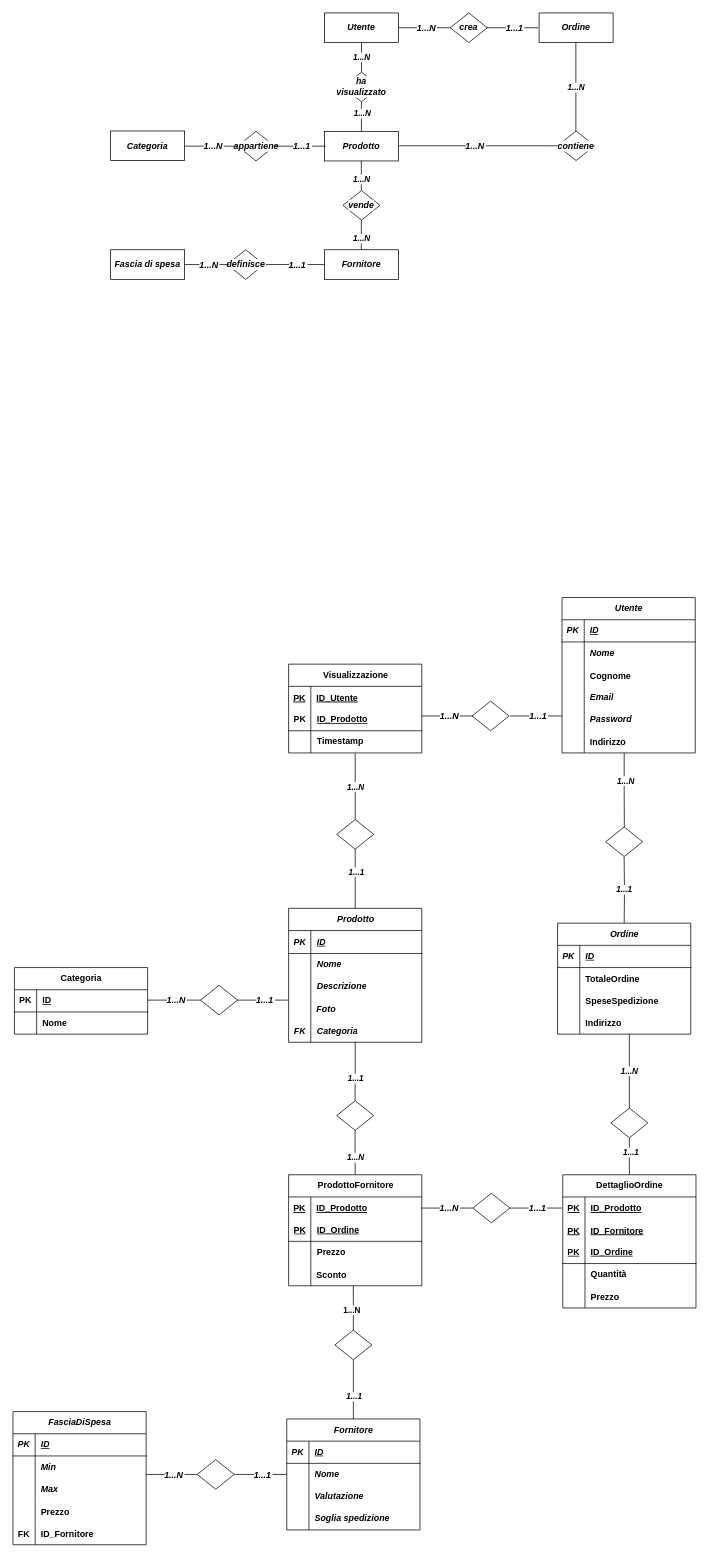
The draw.io diagram Diagramma ER.drawio in peetceenatoo/primo-sito-web, before the edit. Source tidied: cells renumbered, new cells numbered last; positions are measured from the earlier drawing's top-left corner, leaving out a move shared by most shapes. Both pictures are drawn from the tidied source at 74%, with x=0, y=0 at pixel (13, 13).
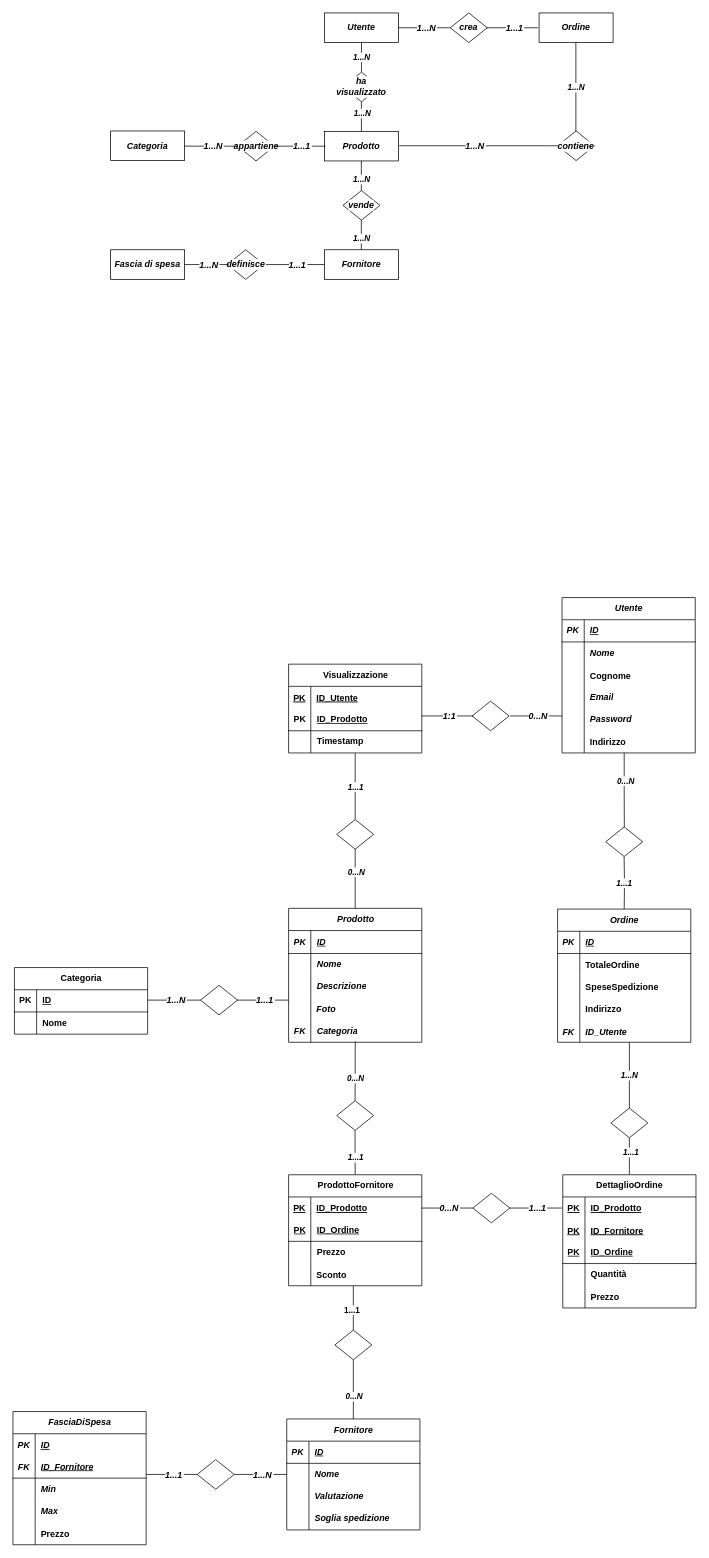
The same page after the edit.

Commit message:
Diagramma ER finito (per davvero)

The change refers to these unchanged cells:
```xml
<mxCell id="45" style="shape=rhombus;perimeter=rhombusPerimeter;whiteSpace=wrap;html=1;align=center;fontSize=12;fontStyle=3;" parent="1" vertex="1">
  <mxGeometry x="437.5" y="1090" width="50" height="40" as="geometry" />
</mxCell>
<mxCell id="46" style="edgeStyle=orthogonalEdgeStyle;rounded=0;jettySize=auto;html=1;exitX=0.5;exitY=1;exitDx=0;exitDy=0;entryX=0.5;entryY=0;entryDx=0;entryDy=0;endArrow=none;endFill=0;fontStyle=3;" parent="1" edge="1" source="45" target="27">
  <mxGeometry relative="1" as="geometry" />
</mxCell>
<mxCell id="51" style="edgeStyle=orthogonalEdgeStyle;rounded=0;orthogonalLoop=1;jettySize=auto;html=1;entryX=0.5;entryY=0;entryDx=0;entryDy=0;endArrow=none;endFill=0;fontStyle=3;" parent="1" edge="1">
  <mxGeometry relative="1" as="geometry">
    <mxPoint x="462.5" y="1390" as="sourcePoint" />
    <mxPoint x="462.3" y="1470" as="targetPoint" />
    <Array as="points">
      <mxPoint x="461.5" y="1440" />
    </Array>
  </mxGeometry>
</mxCell>
<mxCell id="53" style="edgeStyle=orthogonalEdgeStyle;rounded=0;jettySize=auto;html=1;exitX=0.5;exitY=1;exitDx=0;exitDy=0;endArrow=none;endFill=0;fontStyle=3;entryX=0.5;entryY=0;entryDx=0;entryDy=0;" parent="1" edge="1" target="163">
  <mxGeometry relative="1" as="geometry">
    <mxPoint x="462.3" y="1510" as="sourcePoint" />
    <Array as="points">
      <mxPoint x="462" y="1530" />
    </Array>
  </mxGeometry>
</mxCell>
<mxCell id="71" style="edgeStyle=orthogonalEdgeStyle;rounded=0;jettySize=auto;html=1;exitX=0.5;exitY=1;exitDx=0;exitDy=0;endArrow=none;endFill=0;fontStyle=3;" parent="1" edge="1" source="115">
  <mxGeometry relative="1" as="geometry">
    <mxPoint x="460" y="1900" as="targetPoint" />
    <Array as="points">
      <mxPoint x="460" y="1900" />
    </Array>
  </mxGeometry>
</mxCell>
<mxCell id="110" style="shape=rhombus;perimeter=rhombusPerimeter;whiteSpace=wrap;html=1;align=center;fontSize=12;fontStyle=3;" parent="1" vertex="1">
  <mxGeometry x="808" y="1480" width="50" height="40" as="geometry" />
</mxCell>
<mxCell id="113" style="edgeStyle=orthogonalEdgeStyle;rounded=0;jettySize=auto;html=1;entryX=0.5;entryY=0;entryDx=0;entryDy=0;endArrow=none;endFill=0;fontStyle=3;exitX=0.486;exitY=1.014;exitDx=0;exitDy=0;exitPerimeter=0;" parent="1" edge="1" source="173" target="115">
  <mxGeometry relative="1" as="geometry" />
</mxCell>
<mxCell id="119" value="FasciaDiSpesa" style="shape=table;startSize=30;childLayout=tableLayout;rowLines=0;fontStyle=3;align=center;html=1;" parent="1" vertex="1">
  <mxGeometry y="1890" width="180" height="180" as="geometry" />
</mxCell>
<mxCell id="143" style="edgeStyle=orthogonalEdgeStyle;rounded=0;orthogonalLoop=1;jettySize=auto;html=1;entryX=0.5;entryY=0;entryDx=0;entryDy=0;endArrow=none;endFill=0;fontStyle=3;" parent="1" edge="1">
  <mxGeometry relative="1" as="geometry">
    <mxPoint x="826" y="1000" as="sourcePoint" />
    <mxPoint x="826.2" y="1100" as="targetPoint" />
    <Array as="points">
      <mxPoint x="825.2" y="1050" />
    </Array>
  </mxGeometry>
</mxCell>
```

Change to the diagram source:
```diff
@@
-    <mxCell id="44" value="1...N" style="edgeStyle=orthogonalEdgeStyle;rounded=0;jettySize=auto;html=1;entryX=0.5;entryY=0;entryDx=0;entryDy=0;endArrow=none;endFill=0;fontStyle=3;exitX=0.514;exitY=1.018;exitDx=0;exitDy=0;exitPerimeter=0;" parent="1" edge="1" target="45">
+    <mxCell id="44" value="1...1" style="edgeStyle=orthogonalEdgeStyle;rounded=0;jettySize=auto;html=1;entryX=0.5;entryY=0;entryDx=0;entryDy=0;endArrow=none;endFill=0;fontStyle=3;exitX=0.514;exitY=1.018;exitDx=0;exitDy=0;exitPerimeter=0;" parent="1" edge="1" target="45">
       <mxGeometry relative="1" as="geometry">
         <mxPoint x="462.5" y="1000.5" as="sourcePoint" />
         <Array as="points">
           <mxPoint x="462" y="1050" />
           <mxPoint x="462" y="1050" />
         </Array>
       </mxGeometry>
     </mxCell>
@@
-    <mxCell id="47" value="1...1" style="edgeLabel;html=1;align=center;verticalAlign=middle;fontStyle=3;" parent="46" vertex="1">
+    <mxCell id="47" value="0...N" style="edgeLabel;html=1;align=center;verticalAlign=middle;fontStyle=3;" parent="46" vertex="1">
       <mxGeometry x="-0.26" y="1" relative="1" as="geometry" />
     </mxCell>
@@
-    <mxCell id="52" value="1...1" style="edgeLabel;html=1;align=center;verticalAlign=middle;fontStyle=3;" parent="51" vertex="1">
+    <mxCell id="52" value="0...N" style="edgeLabel;html=1;align=center;verticalAlign=middle;fontStyle=3;" parent="51" vertex="1">
       <mxGeometry x="0.22" relative="1" as="geometry" />
     </mxCell>
@@
-    <mxCell id="54" value="1...N" style="edgeLabel;html=1;align=center;verticalAlign=middle;fontStyle=3;" parent="53" vertex="1">
+    <mxCell id="54" value="1...1" style="edgeLabel;html=1;align=center;verticalAlign=middle;fontStyle=3;" parent="53" vertex="1">
       <mxGeometry x="0.22" relative="1" as="geometry" />
     </mxCell>
@@
-    <mxCell id="72" value="1...1" style="edgeLabel;html=1;align=center;verticalAlign=middle;fontStyle=3;" parent="71" vertex="1">
+    <mxCell id="72" value="0...N" style="edgeLabel;html=1;align=center;verticalAlign=middle;fontStyle=3;" parent="71" vertex="1">
       <mxGeometry x="0.22" relative="1" as="geometry" />
     </mxCell>
@@
     <mxCell id="92" value="Ordine" style="shape=table;startSize=30;childLayout=tableLayout;rowLines=0;fontStyle=3;align=center;html=1;" parent="1" vertex="1">
-      <mxGeometry x="736" y="1230" width="180" height="150" as="geometry" />
+      <mxGeometry x="736" y="1211" width="180" height="180" as="geometry" />
     </mxCell>
@@
+    <mxCell id="193" style="shape=tableRow;horizontal=0;startSize=0;swimlaneHead=0;swimlaneBody=0;fillColor=none;points=[[0,0.5],[1,0.5]];portConstraint=eastwest;top=0;left=0;right=0;bottom=0;fontSize=12;" parent="92" vertex="1">
+      <mxGeometry y="150" width="180" height="30" as="geometry" />
+    </mxCell>
+    <mxCell id="133" value="FK" style="shape=partialRectangle;fillColor=none;top=0;left=0;bottom=0;right=0;overflow=hidden;fontSize=12;fontStyle=3;" parent="193" vertex="1">
+      <mxGeometry width="30" height="30" as="geometry" />
+    </mxCell>
+    <mxCell id="194" value="ID_Utente" style="shape=partialRectangle;fillColor=none;top=0;left=0;bottom=0;right=0;align=left;spacingLeft=6;overflow=hidden;fontSize=12;fontStyle=3;" parent="193" vertex="1">
+      <mxGeometry x="30" width="150" height="30" as="geometry" />
+    </mxCell>
@@
-    <mxCell id="109" value="1...N" style="edgeStyle=orthogonalEdgeStyle;rounded=0;jettySize=auto;html=1;entryX=0.5;entryY=0;entryDx=0;entryDy=0;endArrow=none;endFill=0;fontStyle=3;" parent="1" edge="1" target="110">
-      <mxGeometry relative="1" as="geometry">
-        <mxPoint x="833" y="1380" as="sourcePoint" />
-        <Array as="points">
-          <mxPoint x="833" y="1400" />
-          <mxPoint x="833" y="1400" />
-        </Array>
-      </mxGeometry>
+    <mxCell id="109" value="1...N" style="edgeStyle=orthogonalEdgeStyle;rounded=0;jettySize=auto;html=1;entryX=0.5;entryY=0;entryDx=0;entryDy=0;endArrow=none;endFill=0;fontStyle=3;exitX=0.539;exitY=0.999;exitDx=0;exitDy=0;exitPerimeter=0;" parent="1" edge="1" source="193" target="110">
+      <mxGeometry relative="1" as="geometry" />
     </mxCell>
@@
-    <mxCell id="114" value="1...N" style="edgeLabel;html=1;align=center;verticalAlign=middle;fontStyle=1;" parent="113" vertex="1">
+    <mxCell id="114" value="1...1" style="edgeLabel;html=1;align=center;verticalAlign=middle;fontStyle=1;" parent="113" vertex="1">
       <mxGeometry x="0.08" y="-2" relative="1" as="geometry" />
     </mxCell>
@@
-    <mxCell id="117" value="1...N" style="line;strokeWidth=1;dashed=0;labelPosition=center;align=center;verticalAlign=middle;spacingTop=0;spacingLeft=6;verticalLabelPosition=middle;fontStyle=3;" parent="1" vertex="1">
+    <mxCell id="117" value="1...1" style="line;strokeWidth=1;dashed=0;labelPosition=center;align=center;verticalAlign=middle;spacingTop=0;spacingLeft=6;verticalLabelPosition=middle;fontStyle=3;" parent="1" vertex="1">
       <mxGeometry x="180" y="1970" width="69" height="10" as="geometry" />
     </mxCell>
-    <mxCell id="118" value="1...1" style="line;strokeWidth=1;dashed=0;labelPosition=center;align=center;verticalAlign=middle;spacingTop=0;spacingLeft=6;verticalLabelPosition=middle;fontStyle=3;" parent="1" vertex="1">
+    <mxCell id="118" value="1...N" style="line;strokeWidth=1;dashed=0;labelPosition=center;align=center;verticalAlign=middle;spacingTop=0;spacingLeft=6;verticalLabelPosition=middle;fontStyle=3;" parent="1" vertex="1">
       <mxGeometry x="299" y="1970" width="71" height="10" as="geometry" />
     </mxCell>
@@
+    <mxCell id="195" style="shape=tableRow;horizontal=0;startSize=0;swimlaneHead=0;swimlaneBody=0;fillColor=none;top=0;left=0;right=0;bottom=0;fontSize=12;" parent="119" vertex="1">
+      <mxGeometry y="30" width="180" height="30" as="geometry" />
+    </mxCell>
+    <mxCell id="196" value="PK" style="shape=partialRectangle;fillColor=none;top=0;left=0;bottom=0;right=0;overflow=hidden;fontSize=12;fontStyle=3;" parent="195" vertex="1">
+      <mxGeometry width="30" height="30" as="geometry" />
+    </mxCell>
+    <mxCell id="197" value="ID" style="shape=partialRectangle;fillColor=none;top=0;left=0;bottom=0;right=0;align=left;spacingLeft=6;overflow=hidden;fontSize=12;fontStyle=7;" parent="195" vertex="1">
+      <mxGeometry x="30" width="150" height="30" as="geometry" />
+    </mxCell>
     <mxCell id="120" style="shape=tableRow;horizontal=0;startSize=0;swimlaneHead=0;swimlaneBody=0;fillColor=none;top=0;left=0;right=0;bottom=1;fontStyle=3;" parent="119" vertex="1">
-      <mxGeometry y="30" width="180" height="30" as="geometry" />
+      <mxGeometry y="60" width="180" height="30" as="geometry" />
     </mxCell>
-    <mxCell id="121" value="PK" style="shape=partialRectangle;fillColor=none;top=0;left=0;bottom=0;right=0;fontStyle=3;overflow=hidden;whiteSpace=wrap;html=1;" parent="120" vertex="1">
+    <mxCell id="121" value="FK" style="shape=partialRectangle;fillColor=none;top=0;left=0;bottom=0;right=0;fontStyle=3;overflow=hidden;whiteSpace=wrap;html=1;" parent="120" vertex="1">
       <mxGeometry width="30" height="30" as="geometry" />
     </mxCell>
-    <mxCell id="122" value="ID" style="shape=partialRectangle;fillColor=none;top=0;left=0;bottom=0;right=0;align=left;spacingLeft=6;fontStyle=7;overflow=hidden;whiteSpace=wrap;html=1;" parent="120" vertex="1">
+    <mxCell id="122" value="ID_Fornitore" style="shape=partialRectangle;fillColor=none;top=0;left=0;bottom=0;right=0;align=left;spacingLeft=6;fontStyle=7;overflow=hidden;whiteSpace=wrap;html=1;" parent="120" vertex="1">
       <mxGeometry x="30" width="150" height="30" as="geometry" />
     </mxCell>
     <mxCell id="123" style="shape=tableRow;horizontal=0;startSize=0;swimlaneHead=0;swimlaneBody=0;fillColor=none;top=0;left=0;right=0;bottom=0;fontStyle=3;" parent="119" vertex="1">
-      <mxGeometry y="60" width="180" height="30" as="geometry" />
+      <mxGeometry y="90" width="180" height="30" as="geometry" />
     </mxCell>
@@
     <mxCell id="126" style="shape=tableRow;horizontal=0;startSize=0;swimlaneHead=0;swimlaneBody=0;fillColor=none;top=0;left=0;right=0;bottom=0;fontStyle=3;" parent="119" vertex="1">
-      <mxGeometry y="90" width="180" height="30" as="geometry" />
+      <mxGeometry y="120" width="180" height="30" as="geometry" />
     </mxCell>
@@
     <mxCell id="129" style="shape=tableRow;horizontal=0;startSize=0;swimlaneHead=0;swimlaneBody=0;fillColor=none;top=0;left=0;right=0;bottom=0;fontStyle=1;" parent="119" vertex="1">
-      <mxGeometry y="120" width="180" height="30" as="geometry" />
+      <mxGeometry y="150" width="180" height="30" as="geometry" />
     </mxCell>
@@
-    <mxCell id="132" style="shape=tableRow;horizontal=0;startSize=0;swimlaneHead=0;swimlaneBody=0;fillColor=none;top=0;left=0;right=0;bottom=0;fontStyle=1;" parent="119" vertex="1">
-      <mxGeometry y="150" width="180" height="30" as="geometry" />
-    </mxCell>
-    <mxCell id="133" value="FK" style="shape=partialRectangle;fillColor=none;top=0;left=0;bottom=0;right=0;overflow=hidden;fontStyle=1;" parent="132" vertex="1">
-      <mxGeometry width="30" height="30" as="geometry" />
-    </mxCell>
-    <mxCell id="134" value="ID_Fornitore" style="shape=partialRectangle;fillColor=none;top=0;left=0;bottom=0;right=0;align=left;spacingLeft=6;overflow=hidden;fontStyle=1;" parent="132" vertex="1">
-      <mxGeometry x="30" width="150" height="30" as="geometry" />
-    </mxCell>
@@
-    <mxCell id="140" value="1...N" style="line;strokeWidth=1;dashed=0;labelPosition=center;align=center;verticalAlign=middle;spacingTop=0;spacingLeft=6;verticalLabelPosition=middle;fontStyle=3;" parent="1" vertex="1">
+    <mxCell id="140" value="0...N" style="line;strokeWidth=1;dashed=0;labelPosition=center;align=center;verticalAlign=middle;spacingTop=0;spacingLeft=6;verticalLabelPosition=middle;fontStyle=3;" parent="1" vertex="1">
       <mxGeometry x="552" y="1610" width="69.5" height="10" as="geometry" />
     </mxCell>
@@
-    <mxCell id="144" value="1...N" style="edgeLabel;html=1;align=center;verticalAlign=middle;fontStyle=3;" parent="143" vertex="1">
+    <mxCell id="144" value="0...N" style="edgeLabel;html=1;align=center;verticalAlign=middle;fontStyle=3;" parent="143" vertex="1">
       <mxGeometry x="-0.26" y="1" relative="1" as="geometry" />
     </mxCell>
-    <mxCell id="145" value="1...N" style="line;strokeWidth=1;dashed=0;labelPosition=center;align=center;verticalAlign=middle;spacingTop=0;spacingLeft=6;verticalLabelPosition=middle;fontStyle=3;" parent="1" vertex="1">
+    <mxCell id="145" value="1:1" style="line;strokeWidth=1;dashed=0;labelPosition=center;align=center;verticalAlign=middle;spacingTop=0;spacingLeft=6;verticalLabelPosition=middle;fontStyle=3;" parent="1" vertex="1">
       <mxGeometry x="552" y="945" width="70" height="10" as="geometry" />
     </mxCell>
-    <mxCell id="146" value="1...1" style="line;strokeWidth=1;dashed=0;labelPosition=center;align=center;verticalAlign=middle;spacingTop=0;spacingLeft=6;verticalLabelPosition=middle;fontStyle=3;" parent="1" vertex="1">
+    <mxCell id="146" value="0...N" style="line;strokeWidth=1;dashed=0;labelPosition=center;align=center;verticalAlign=middle;spacingTop=0;spacingLeft=6;verticalLabelPosition=middle;fontStyle=3;" parent="1" vertex="1">
       <mxGeometry x="672" y="945" width="70" height="10" as="geometry" />
     </mxCell>
```
